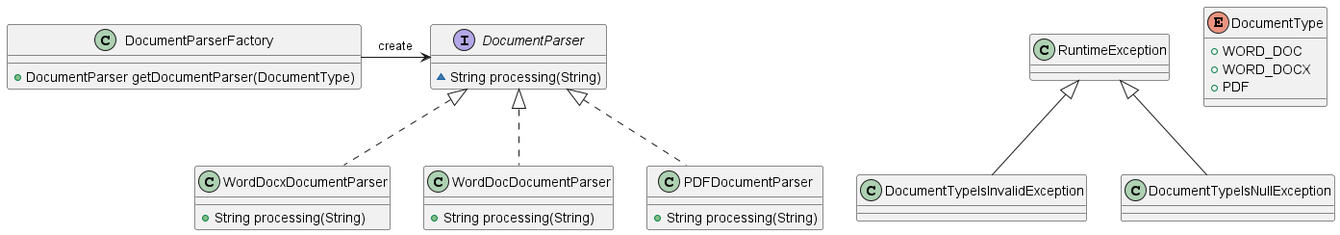
fofcn/design-pattern keeps this PlantUML diagram as factory/factory.png. Above is the earlier version.
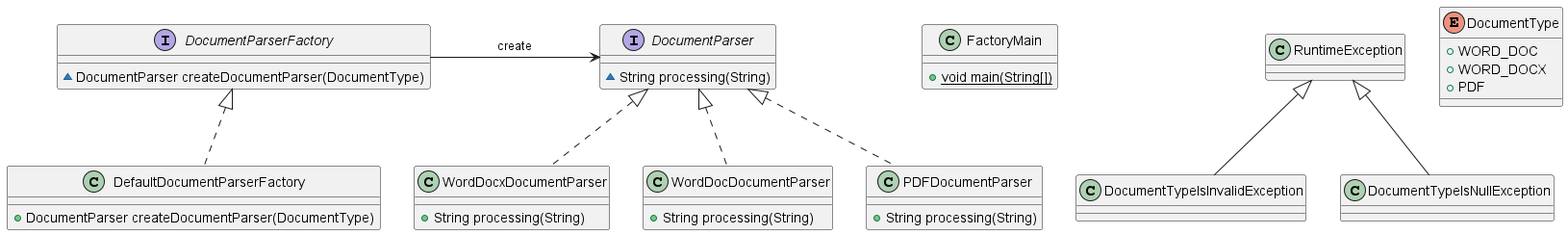
The same diagram one commit later.

What changed in the source:
```diff
@@ -1,6 +1,12 @@
 @startuml
+class FactoryMain {
++ {static} void main(String[])
+}
 class WordDocxDocumentParser {
 + String processing(String)
+}
+class DefaultDocumentParserFactory {
++ DocumentParser createDocumentParser(DocumentType)
 }
 class WordDocDocumentParser {
 + String processing(String)
@@ -12,8 +18,8 @@
 class PDFDocumentParser {
 + String processing(String)
 }
-class DocumentParserFactory {
-+ DocumentParser getDocumentParser(DocumentType)
+interface DocumentParserFactory {
+~ DocumentParser createDocumentParser(DocumentType)
 }
 enum DocumentType {
 +  WORD_DOC
@@ -24,12 +30,13 @@
 ~ String processing(String)
 }
 
+
+DocumentParser <|.. WordDocxDocumentParser
+DocumentParserFactory <|.. DefaultDocumentParserFactory
+DocumentParser <|.. WordDocDocumentParser
 RuntimeException <|-- DocumentTypeIsInvalidException
 RuntimeException <|-- DocumentTypeIsNullException
-DocumentParser <|.. WordDocxDocumentParser
-DocumentParser <|.. WordDocDocumentParser
 DocumentParser <|.. PDFDocumentParser
 
 DocumentParserFactory -> DocumentParser: create
-
 @enduml
```
